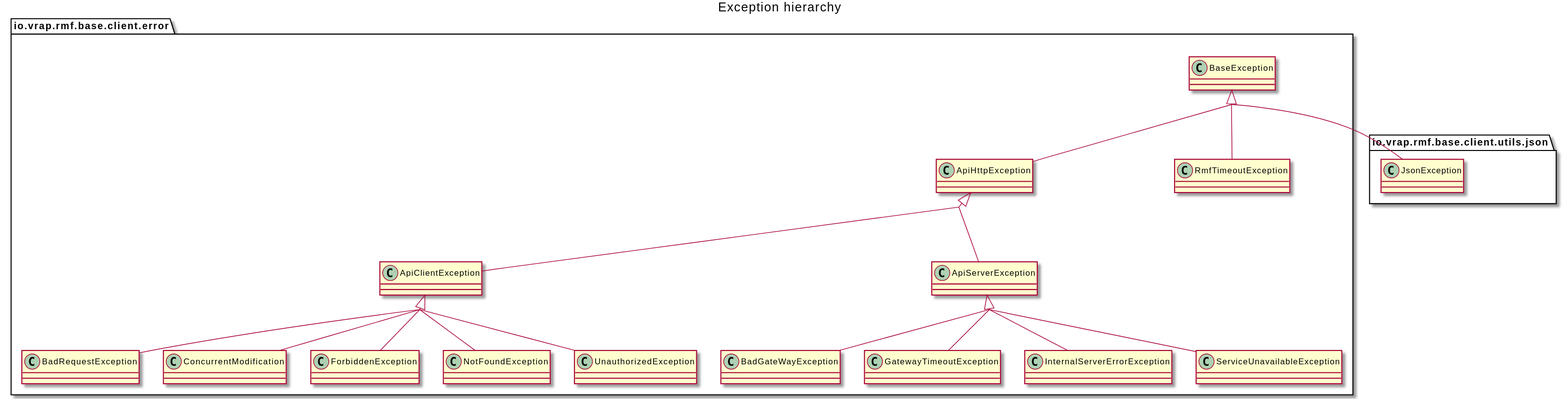
This is javadoc/io/vrap/rmf/base/client/error/exceptionhierarchy.svg from commercetools/commercetools-sdk-java-v2, a PlantUML export, as it was before one commit.
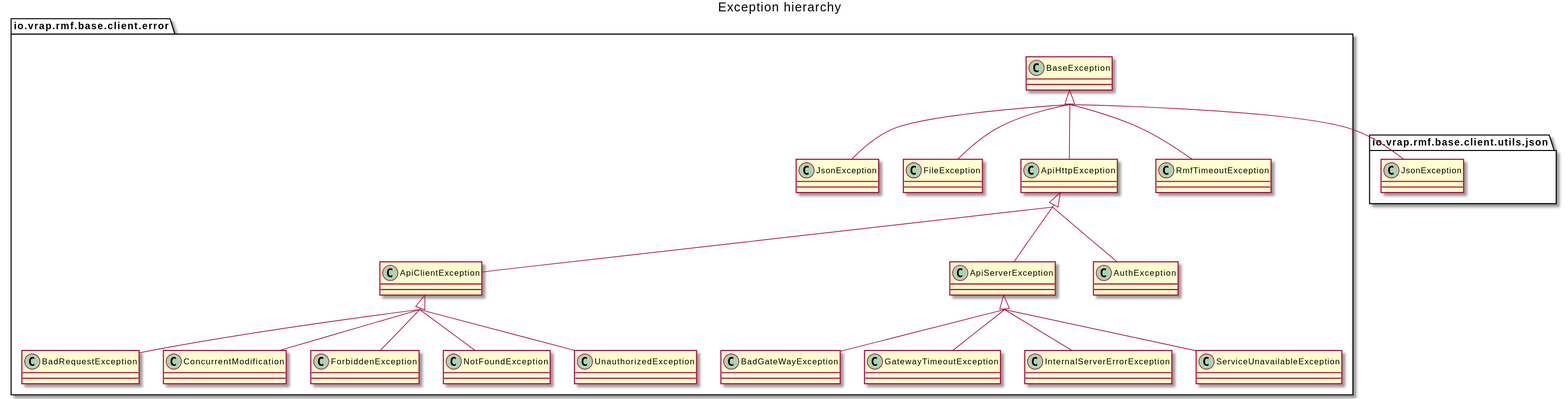
The same diagram one commit later.

The edit, as a diff of the source:
```diff
@@ -6,11 +6,14 @@
  }
  package io.vrap.rmf.base.client.error {
    class BaseException
+   class JsonException extends BaseException
+   class FileException extends BaseException
    class ApiHttpException extends BaseException
    class RmfTimeoutException extends BaseException
 
    class ApiClientException extends ApiHttpException
    class ApiServerException extends ApiHttpException
+   class AuthException extends ApiHttpException
 
    class BadGateWayException extends ApiServerException
    class GatewayTimeoutException extends ApiServerException
```
